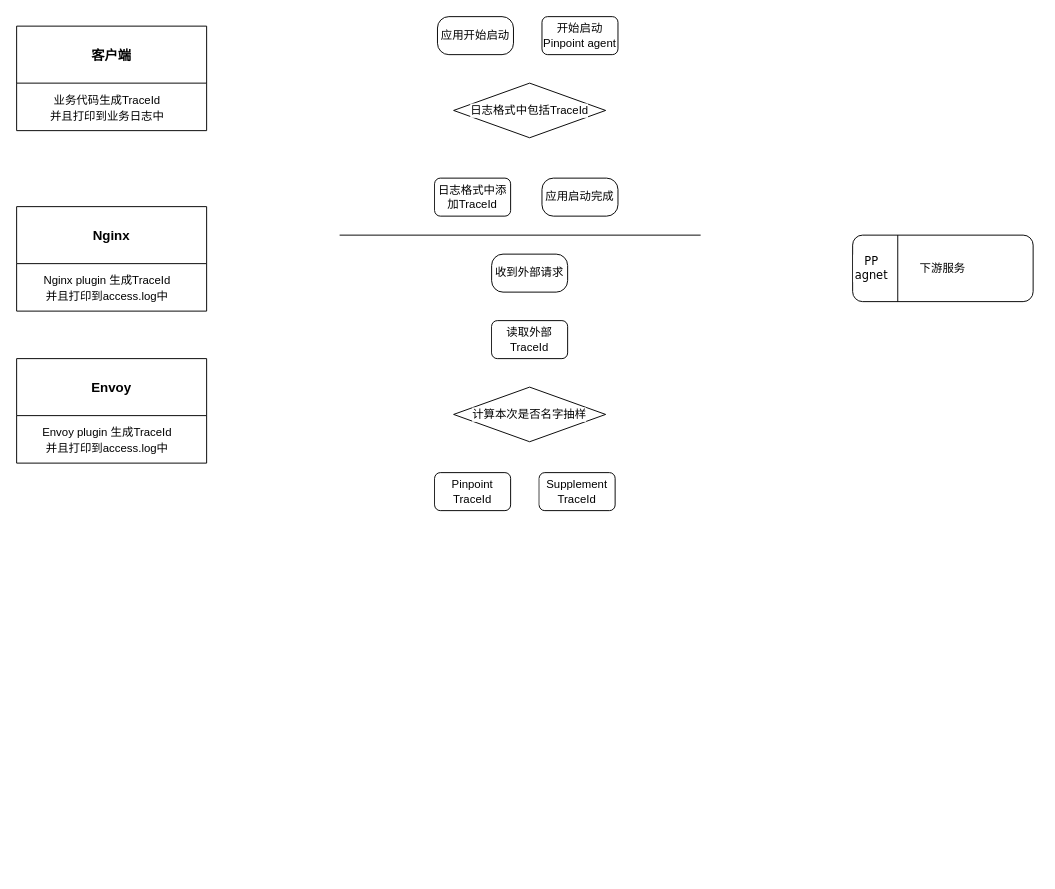
Earlier version of the draw.io diagram page "eagle全链路原理" (3 of 3) of Untitled Diagram.drawio (maxuewen/draw.io). Source tidied: cells renumbered, new cells numbered last; positions are measured from the earlier drawing's top-left corner, leaving out a move shared by most shapes. Both pictures are drawn from the tidied source at 95%, with x=0, y=0 at pixel (16, 16).
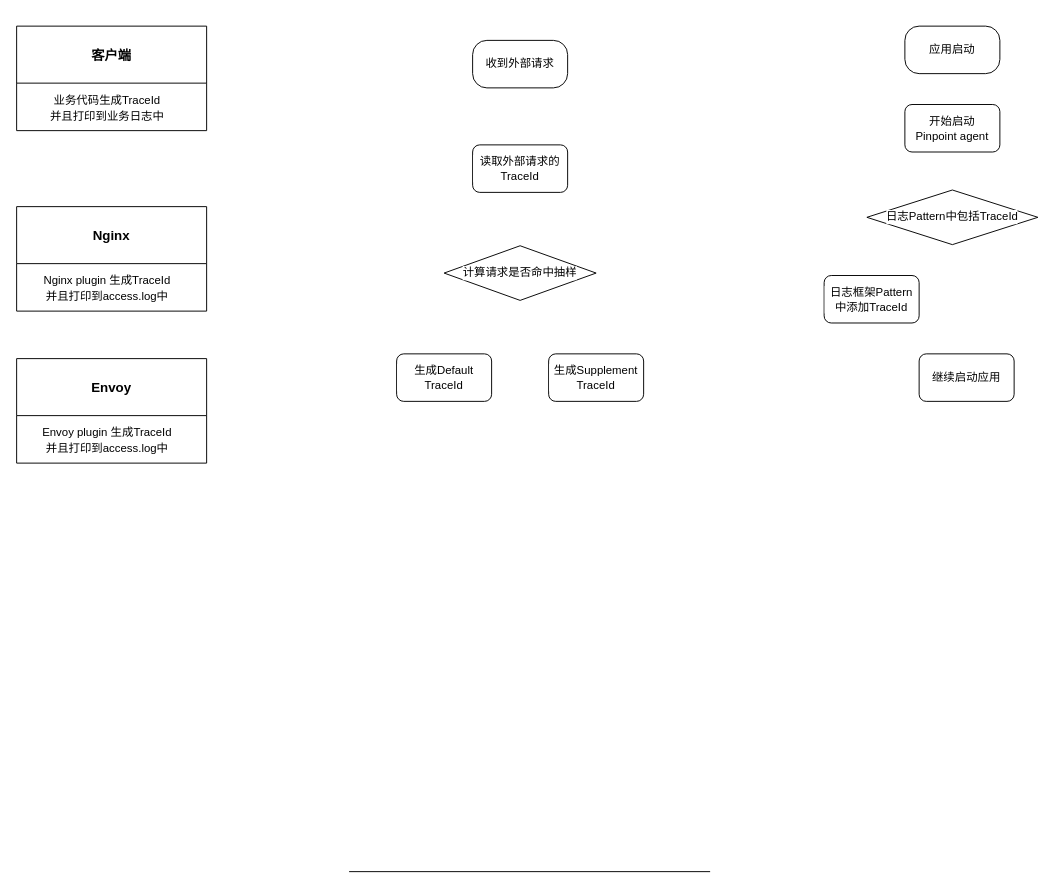
The same page after the edit.

What changed in the source:
```diff
@@
-    <mxCell id="8" value="应用开始启动" style="rounded=1;whiteSpace=wrap;html=1;labelBackgroundColor=#FFFFFF;fontSize=12;fontColor=#000000;strokeWidth=1;imageHeight=24;arcSize=30;" parent="1" vertex="1">
-      <mxGeometry x="443" width="80" height="40" as="geometry" />
+    <mxCell id="8" value="应用启动" style="rounded=1;whiteSpace=wrap;html=1;labelBackgroundColor=#FFFFFF;fontSize=12;fontColor=#000000;strokeWidth=1;imageHeight=24;arcSize=30;" parent="1" vertex="1">
+      <mxGeometry x="935" y="10" width="100" height="50" as="geometry" />
     </mxCell>
-    <mxCell id="9" value="开始启动&lt;br&gt;Pinpoint agent" style="rounded=1;whiteSpace=wrap;html=1;labelBackgroundColor=#FFFFFF;fontSize=12;fontColor=#000000;strokeWidth=1;" parent="1" vertex="1">
-      <mxGeometry x="553" width="80" height="40" as="geometry" />
-    </mxCell>
-    <mxCell id="10" value="日志格式中包括TraceId" style="rhombus;whiteSpace=wrap;html=1;labelBackgroundColor=#FFFFFF;fontSize=12;fontColor=#000000;strokeWidth=1;" parent="1" vertex="1">
-      <mxGeometry x="460" y="70" width="160" height="57.5" as="geometry" />
+    <mxCell id="10" value="日志Pattern中包括TraceId" style="rhombus;whiteSpace=wrap;html=1;labelBackgroundColor=#FFFFFF;fontSize=12;fontColor=#000000;strokeWidth=1;" parent="1" vertex="1">
+      <mxGeometry x="895" y="182.5" width="180" height="57.5" as="geometry" />
     </mxCell>
-    <mxCell id="11" value="日志格式中添加TraceId" style="rounded=1;whiteSpace=wrap;html=1;labelBackgroundColor=#FFFFFF;fontSize=12;fontColor=#000000;strokeWidth=1;" parent="1" vertex="1">
-      <mxGeometry x="440" y="170" width="80" height="40" as="geometry" />
-    </mxCell>
-    <mxCell id="12" value="应用启动完成" style="rounded=1;whiteSpace=wrap;html=1;labelBackgroundColor=#FFFFFF;fontSize=12;fontColor=#000000;strokeWidth=1;imageHeight=24;arcSize=30;" parent="1" vertex="1">
-      <mxGeometry x="553" y="170" width="80" height="40" as="geometry" />
-    </mxCell>
-    <mxCell id="13" value="收到外部请求" style="rounded=1;whiteSpace=wrap;html=1;labelBackgroundColor=#FFFFFF;fontSize=12;fontColor=#000000;strokeWidth=1;imageHeight=24;arcSize=30;" parent="1" vertex="1">
-      <mxGeometry x="500" y="250" width="80" height="40" as="geometry" />
-    </mxCell>
-    <mxCell id="14" value="读取外部TraceId" style="rounded=1;whiteSpace=wrap;html=1;labelBackgroundColor=#FFFFFF;fontSize=12;fontColor=#000000;strokeWidth=1;" parent="1" vertex="1">
-      <mxGeometry x="500" y="320" width="80" height="40" as="geometry" />
-    </mxCell>
     <mxCell id="15" style="endArrow=none;html=1;rounded=0;fontSize=12;fontColor=#000000;jumpStyle=arc;jumpSize=12;" parent="1" edge="1">
       <mxGeometry relative="1" as="geometry">
-        <mxPoint x="340" y="230" as="sourcePoint" />
-        <mxPoint x="720" y="230" as="targetPoint" />
+        <mxPoint x="350" y="900" as="sourcePoint" />
+        <mxPoint x="730" y="900" as="targetPoint" />
       </mxGeometry>
     </mxCell>
-    <mxCell id="16" value="计算本次是否名字抽样" style="rhombus;whiteSpace=wrap;html=1;labelBackgroundColor=#FFFFFF;fontSize=12;fontColor=#000000;strokeWidth=1;" parent="1" vertex="1">
-      <mxGeometry x="460" y="390" width="160" height="57.5" as="geometry" />
+    <mxCell id="16" value="计算请求是否命中抽样" style="rhombus;whiteSpace=wrap;html=1;labelBackgroundColor=#FFFFFF;fontSize=12;fontColor=#000000;strokeWidth=1;" parent="1" vertex="1">
+      <mxGeometry x="450" y="241.2" width="160" height="57.5" as="geometry" />
     </mxCell>
-    <mxCell id="17" value="Pinpoint TraceId" style="rounded=1;whiteSpace=wrap;html=1;labelBackgroundColor=#FFFFFF;fontSize=12;fontColor=#000000;strokeWidth=1;" parent="1" vertex="1">
-      <mxGeometry x="440" y="480" width="80" height="40" as="geometry" />
+    <mxCell id="17" value="生成Default TraceId" style="rounded=1;whiteSpace=wrap;html=1;labelBackgroundColor=#FFFFFF;fontSize=12;fontColor=#000000;strokeWidth=1;" parent="1" vertex="1">
+      <mxGeometry x="400" y="355" width="100" height="50" as="geometry" />
     </mxCell>
-    <mxCell id="18" value="Supplement TraceId" style="rounded=1;whiteSpace=wrap;html=1;labelBackgroundColor=#FFFFFF;fontSize=12;fontColor=#000000;strokeWidth=1;" parent="1" vertex="1">
-      <mxGeometry x="550" y="480" width="80" height="40" as="geometry" />
+    <mxCell id="18" value="生成Supplement TraceId" style="rounded=1;whiteSpace=wrap;html=1;labelBackgroundColor=#FFFFFF;fontSize=12;fontColor=#000000;strokeWidth=1;" parent="1" vertex="1">
+      <mxGeometry x="560" y="355" width="100" height="50" as="geometry" />
     </mxCell>
-    <mxCell id="19" value="下游服务" style="rounded=1;whiteSpace=wrap;html=1;labelBackgroundColor=#FFFFFF;fontSize=12;fontColor=#000000;strokeWidth=1;" parent="1" vertex="1">
-      <mxGeometry x="880" y="230" width="190" height="70" as="geometry" />
-    </mxCell>
-    <mxCell id="20" style="endArrow=none;html=1;rounded=0;fontSize=12;fontColor=#000000;jumpStyle=arc;jumpSize=12;entryX=0.25;entryY=0;entryDx=0;entryDy=0;exitX=0.25;exitY=1;exitDx=0;exitDy=0;" parent="1" edge="1" source="19" target="19">
-      <mxGeometry relative="1" as="geometry" />
-    </mxCell>
-    <mxCell id="21" value="&lt;font face=&quot;Verdana&quot;&gt;PP agnet&lt;/font&gt;" style="text;html=1;strokeColor=none;fillColor=none;align=center;verticalAlign=middle;whiteSpace=wrap;rounded=0;labelBackgroundColor=#FFFFFF;fontSize=12;fontColor=#000000;" parent="1" vertex="1">
-      <mxGeometry x="880" y="235" width="40" height="60" as="geometry" />
-    </mxCell>
+    <mxCell id="22" value="继续启动应用" style="rounded=1;whiteSpace=wrap;html=1;labelBackgroundColor=#FFFFFF;fontSize=12;fontColor=#000000;strokeWidth=1;" parent="1" vertex="1">
+      <mxGeometry x="950" y="355" width="100" height="50" as="geometry" />
+    </mxCell>
+    <mxCell id="9" value="开始启动&lt;br&gt;Pinpoint agent" style="rounded=1;whiteSpace=wrap;html=1;labelBackgroundColor=#FFFFFF;fontSize=12;fontColor=#000000;strokeWidth=1;" parent="1" vertex="1">
+      <mxGeometry x="935" y="92.5" width="100" height="50" as="geometry" />
+    </mxCell>
+    <mxCell id="23" value="读取外部请求的TraceId" style="rounded=1;whiteSpace=wrap;html=1;labelBackgroundColor=#FFFFFF;fontSize=12;fontColor=#000000;strokeWidth=1;" parent="1" vertex="1">
+      <mxGeometry x="480" y="135" width="100" height="50" as="geometry" />
+    </mxCell>
+    <mxCell id="13" value="收到外部请求" style="rounded=1;whiteSpace=wrap;html=1;labelBackgroundColor=#FFFFFF;fontSize=12;fontColor=#000000;strokeWidth=1;imageHeight=24;arcSize=30;" parent="1" vertex="1">
+      <mxGeometry x="480" y="25" width="100" height="50" as="geometry" />
+    </mxCell>
+    <mxCell id="24" value="日志框架Pattern中添加TraceId" style="rounded=1;whiteSpace=wrap;html=1;labelBackgroundColor=#FFFFFF;fontSize=12;fontColor=#000000;strokeWidth=1;" parent="1" vertex="1">
+      <mxGeometry x="850" y="272.5" width="100" height="50" as="geometry" />
+    </mxCell>
```
